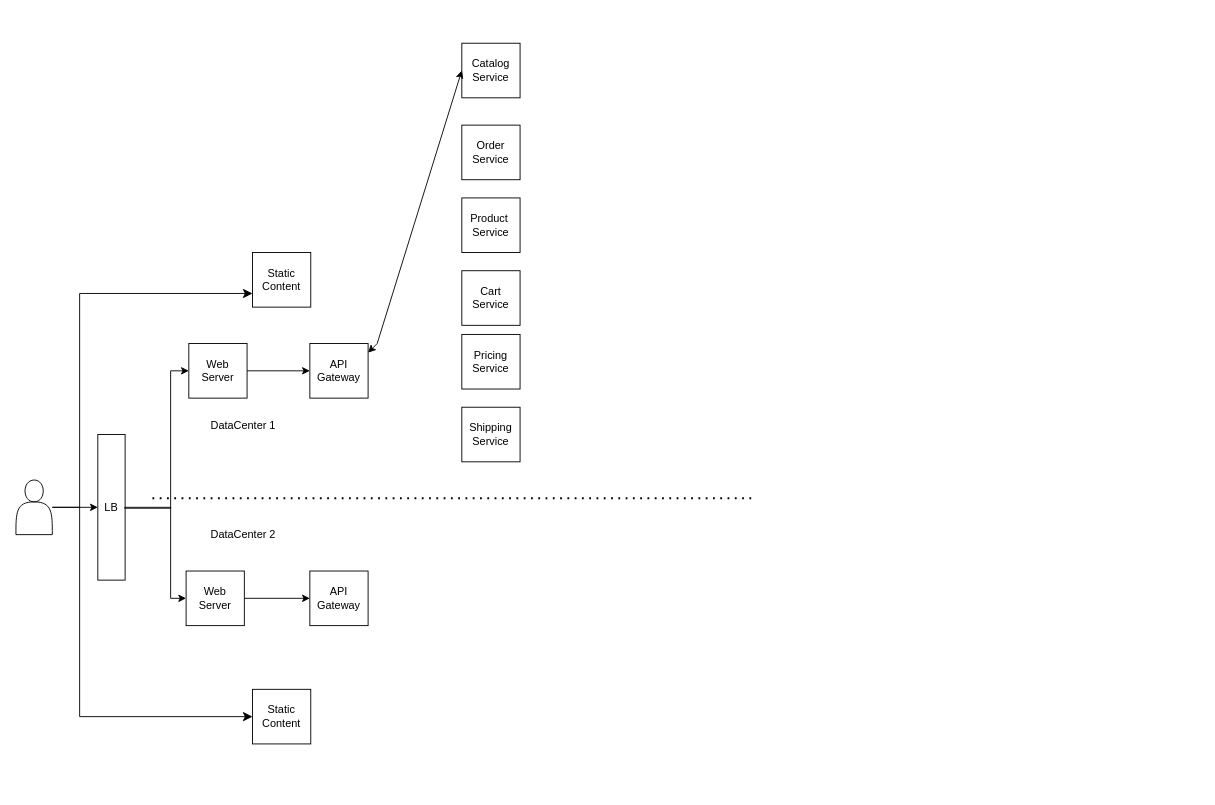
Above: MarketPlace.drawio in sunilkrishnatry/friendly-chainsaw (draw.io), before the change. Source tidied: cells renumbered, new cells numbered last; positions are measured from the earlier drawing's top-left corner, leaving out a move shared by most shapes. Both pictures are drawn from the tidied source at 91%, with x=0, y=0 at pixel (15, 43).
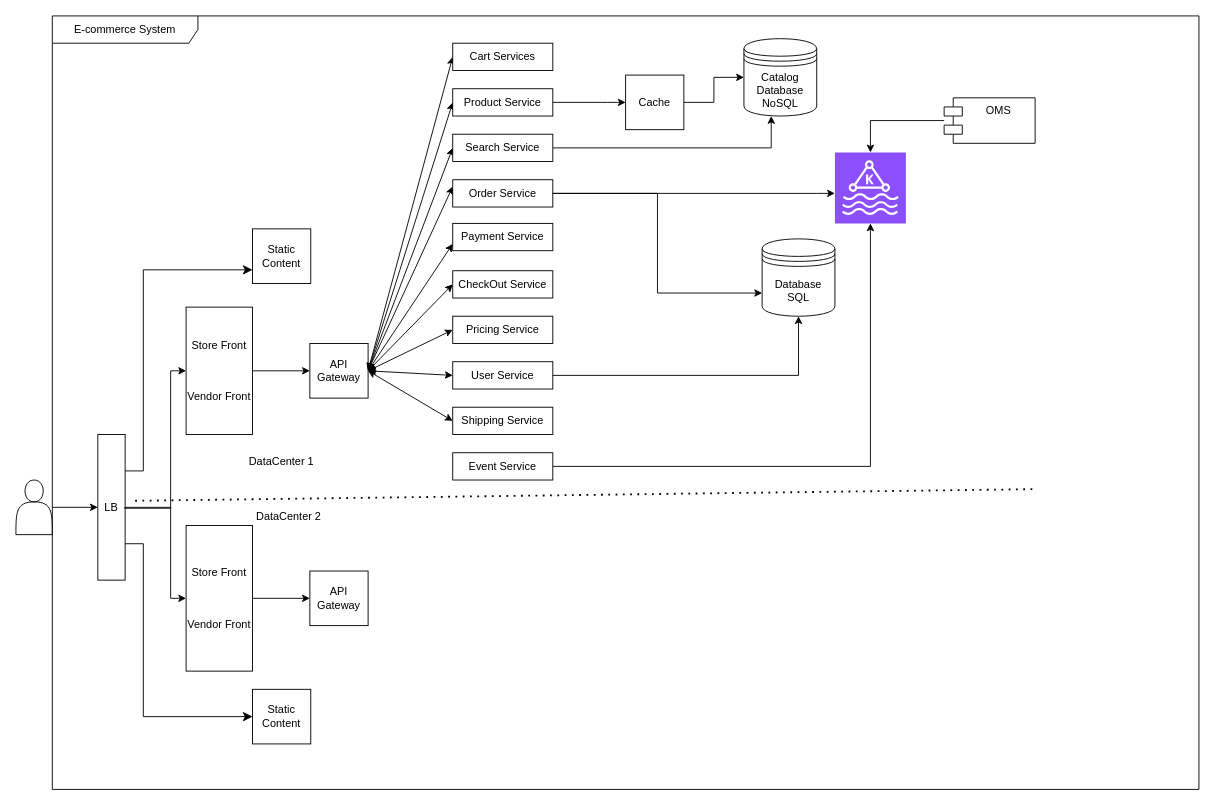
After the change.

Commit message:
Updated the services and it's connection

Unchanged cells that the change refers to:
```xml
<mxCell id="5" value="LB" style="whiteSpace=wrap;html=1;" parent="1" vertex="1">
  <mxGeometry x="90" y="430" width="30" height="160" as="geometry" />
</mxCell>
<mxCell id="10" value="API Gateway" style="whiteSpace=wrap;html=1;" parent="1" vertex="1">
  <mxGeometry x="323" y="330" width="64" height="60" as="geometry" />
</mxCell>
<mxCell id="16" value="Static Content" style="whiteSpace=wrap;html=1;" parent="1" vertex="1">
  <mxGeometry x="260" y="710" width="64" height="60" as="geometry" />
</mxCell>
```

What changed in the source:
```diff
@@
-    <mxCell id="7" value="Web Server" style="whiteSpace=wrap;html=1;" parent="1" vertex="1">
-      <mxGeometry x="190" y="330" width="64" height="60" as="geometry" />
+    <mxCell id="7" value="Store Front&lt;br&gt;&lt;br&gt;&lt;br&gt;&lt;br&gt;Vendor Front" style="whiteSpace=wrap;html=1;" parent="1" vertex="1">
+      <mxGeometry x="187" y="290" width="73" height="140" as="geometry" />
     </mxCell>
@@
-    <mxCell id="9" value="Web Server" style="whiteSpace=wrap;html=1;" parent="1" vertex="1">
-      <mxGeometry x="187" y="580" width="64" height="60" as="geometry" />
+    <mxCell id="9" value="Store Front&lt;br style=&quot;border-color: var(--border-color);&quot;&gt;&lt;br style=&quot;border-color: var(--border-color);&quot;&gt;&lt;br style=&quot;border-color: var(--border-color);&quot;&gt;&lt;br style=&quot;border-color: var(--border-color);&quot;&gt;Vendor Front" style="whiteSpace=wrap;html=1;" parent="1" vertex="1">
+      <mxGeometry x="187" y="530" width="73" height="160" as="geometry" />
     </mxCell>
@@
     <mxCell id="11" value="DataCenter 1" style="text;html=1;strokeColor=none;fillColor=none;align=center;verticalAlign=middle;whiteSpace=wrap;overflow=hidden;" parent="1" vertex="1">
-      <mxGeometry x="210" y="410" width="80" height="20" as="geometry" />
+      <mxGeometry x="252" y="450" width="80" height="20" as="geometry" />
     </mxCell>
     <mxCell id="12" value="DataCenter 2" style="text;html=1;strokeColor=none;fillColor=none;align=center;verticalAlign=middle;whiteSpace=wrap;overflow=hidden;" parent="1" vertex="1">
-      <mxGeometry x="210" y="530" width="80" height="20" as="geometry" />
+      <mxGeometry x="260" y="510" width="80" height="20" as="geometry" />
     </mxCell>
@@
     <mxCell id="14" value="Static Content" style="whiteSpace=wrap;html=1;" parent="1" vertex="1">
-      <mxGeometry x="260" y="230" width="64" height="60" as="geometry" />
+      <mxGeometry x="260" y="204" width="64" height="60" as="geometry" />
     </mxCell>
-    <mxCell id="15" style="edgeStyle=elbowEdgeStyle;elbow=horizontal;endArrow=classic;html=1;curved=0;rounded=0;endSize=8;startSize=8;entryX=0;entryY=0.75;entryDx=0;entryDy=0;" parent="1" edge="1" target="14">
+    <mxCell id="15" style="edgeStyle=elbowEdgeStyle;elbow=horizontal;endArrow=classic;html=1;curved=0;rounded=0;endSize=8;startSize=8;entryX=0;entryY=0.75;entryDx=0;entryDy=0;exitX=1;exitY=0.25;exitDx=0;exitDy=0;" parent="1" edge="1" source="5" target="14">
       <mxGeometry relative="1" as="geometry">
-        <mxPoint x="40" y="510" as="sourcePoint" />
         <Array as="points">
-          <mxPoint x="70" y="470" />
+          <mxPoint x="140" y="350" />
         </Array>
       </mxGeometry>
     </mxCell>
@@
-    <mxCell id="17" style="edgeStyle=elbowEdgeStyle;elbow=horizontal;endArrow=classic;html=1;curved=0;rounded=0;endSize=8;startSize=8;entryX=0;entryY=0.5;entryDx=0;entryDy=0;" parent="1" edge="1" target="16">
+    <mxCell id="17" style="edgeStyle=elbowEdgeStyle;elbow=horizontal;endArrow=classic;html=1;curved=0;rounded=0;endSize=8;startSize=8;entryX=0;entryY=0.5;entryDx=0;entryDy=0;exitX=1;exitY=0.75;exitDx=0;exitDy=0;" parent="1" edge="1" source="5" target="16">
       <mxGeometry relative="1" as="geometry">
-        <mxPoint x="70" y="510" as="sourcePoint" />
         <Array as="points">
-          <mxPoint x="70" y="650" />
+          <mxPoint x="140" y="740" />
         </Array>
       </mxGeometry>
     </mxCell>
@@
     <mxCell id="19" style="endArrow=none;dashed=1;html=1;dashPattern=1 3;strokeWidth=2;rounded=0;" parent="1" edge="1">
       <mxGeometry relative="1" as="geometry">
-        <mxPoint x="150" y="500" as="sourcePoint" />
-        <mxPoint x="810" y="500" as="targetPoint" />
+        <mxPoint x="131" y="502.8" as="sourcePoint" />
+        <mxPoint x="1120" y="490" as="targetPoint" />
       </mxGeometry>
     </mxCell>
+    <mxCell id="21" style="endArrow=classic;startArrow=classic;html=1;rounded=0;entryX=0;entryY=0.5;entryDx=0;entryDy=0;exitX=1;exitY=0.5;exitDx=0;exitDy=0;" parent="1" edge="1" source="10" target="20">
+      <mxGeometry relative="1" as="geometry" />
+    </mxCell>
+    <mxCell id="27" style="endArrow=classic;startArrow=classic;html=1;rounded=0;entryX=0;entryY=0.25;entryDx=0;entryDy=0;exitX=1;exitY=0.5;exitDx=0;exitDy=0;" parent="1" edge="1" source="10" target="24">
+      <mxGeometry relative="1" as="geometry" />
+    </mxCell>
+    <mxCell id="28" style="endArrow=classic;startArrow=classic;html=1;rounded=0;entryX=0;entryY=0.5;entryDx=0;entryDy=0;exitX=1;exitY=0.5;exitDx=0;exitDy=0;" parent="1" edge="1" source="10" target="25">
+      <mxGeometry relative="1" as="geometry" />
+    </mxCell>
+    <mxCell id="29" style="endArrow=classic;startArrow=classic;html=1;rounded=0;entryX=0;entryY=0.75;entryDx=0;entryDy=0;exitX=1;exitY=0.5;exitDx=0;exitDy=0;" parent="1" edge="1" source="10" target="48">
+      <mxGeometry relative="1" as="geometry" />
+    </mxCell>
+    <mxCell id="30" style="endArrow=classic;startArrow=classic;html=1;rounded=0;entryX=0;entryY=0.5;entryDx=0;entryDy=0;exitX=1;exitY=0.5;exitDx=0;exitDy=0;" parent="1" edge="1" source="10" target="23">
+      <mxGeometry relative="1" as="geometry" />
+    </mxCell>
+    <mxCell id="31" style="endArrow=classic;startArrow=classic;html=1;rounded=0;entryX=0;entryY=0.5;entryDx=0;entryDy=0;exitX=1;exitY=0.5;exitDx=0;exitDy=0;" parent="1" edge="1" source="10" target="26">
+      <mxGeometry relative="1" as="geometry" />
+    </mxCell>
+    <mxCell id="32" style="endArrow=classic;startArrow=classic;html=1;rounded=0;entryX=0;entryY=0.5;entryDx=0;entryDy=0;exitX=1;exitY=0.5;exitDx=0;exitDy=0;" parent="1" edge="1" source="10" target="22">
+      <mxGeometry relative="1" as="geometry" />
+    </mxCell>
+    <mxCell id="33" style="endArrow=classic;startArrow=classic;html=1;rounded=0;entryX=0;entryY=0.5;entryDx=0;entryDy=0;exitX=1;exitY=0.5;exitDx=0;exitDy=0;" parent="1" edge="1" source="10" target="49">
+      <mxGeometry relative="1" as="geometry" />
+    </mxCell>
+    <mxCell id="34" style="endArrow=classic;startArrow=classic;html=1;rounded=0;entryX=0;entryY=0.5;entryDx=0;entryDy=0;exitX=1;exitY=0.5;exitDx=0;exitDy=0;" parent="1" edge="1" source="10" target="44">
+      <mxGeometry relative="1" as="geometry" />
+    </mxCell>
+    <mxCell id="35" style="edgeStyle=orthogonalEdgeStyle;rounded=0;jettySize=auto;html=1;" parent="1" edge="1" source="36" target="40">
+      <mxGeometry relative="1" as="geometry" />
+    </mxCell>
+    <mxCell id="36" value="OMS" style="shape=module;align=left;spacingLeft=20;align=center;verticalAlign=top;whiteSpace=wrap;html=1;" parent="1" vertex="1">
+      <mxGeometry x="1020" y="60" width="100" height="50" as="geometry" />
+    </mxCell>
+    <mxCell id="37" value="E-commerce System" style="shape=umlFrame;whiteSpace=wrap;html=1;width=160;" parent="1" vertex="1">
+      <mxGeometry x="40" y="-30" width="1260" height="850" as="geometry" />
+    </mxCell>
+    <mxCell id="38" value="Catalog &lt;br&gt;Database&lt;br&gt;NoSQL" style="shape=datastore;whiteSpace=wrap;html=1;" parent="37" vertex="1">
+      <mxGeometry x="760" y="25" width="80" height="85" as="geometry" />
+    </mxCell>
+    <mxCell id="39" value="Database&lt;br&gt;SQL" style="shape=datastore;whiteSpace=wrap;html=1;" parent="37" vertex="1">
+      <mxGeometry x="780" y="245" width="80" height="85" as="geometry" />
+    </mxCell>
+    <mxCell id="40" style="sketch=0;points=[[0,0,0],[0.25,0,0],[0.5,0,0],[0.75,0,0],[1,0,0],[0,1,0],[0.25,1,0],[0.5,1,0],[0.75,1,0],[1,1,0],[0,0.25,0],[0,0.5,0],[0,0.75,0],[1,0.25,0],[1,0.5,0],[1,0.75,0]];outlineConnect=0;fontColor=#232F3E;fillColor=#8C4FFF;strokeColor=#ffffff;dashed=0;verticalLabelPosition=bottom;verticalAlign=top;align=center;html=1;fontSize=12;fontStyle=0;shape=mxgraph.aws4.resourceIcon;resIcon=mxgraph.aws4.managed_streaming_for_kafka;" parent="37" vertex="1">
+      <mxGeometry x="860" y="150" width="78" height="78" as="geometry" />
+    </mxCell>
+    <mxCell id="41" style="edgeStyle=orthogonalEdgeStyle;rounded=0;jettySize=auto;html=1;" parent="37" edge="1" source="42" target="38">
+      <mxGeometry relative="1" as="geometry" />
+    </mxCell>
+    <mxCell id="42" value="Cache" style="whiteSpace=wrap;html=1;" parent="37" vertex="1">
+      <mxGeometry x="630" y="65" width="64" height="60" as="geometry" />
+    </mxCell>
+    <mxCell id="43" style="edgeStyle=orthogonalEdgeStyle;rounded=0;jettySize=auto;html=1;exitX=1;exitY=0.5;exitDx=0;exitDy=0;" parent="37" edge="1" source="20" target="38">
+      <mxGeometry relative="1" as="geometry">
+        <Array as="points">
+          <mxPoint x="790" y="145" />
+        </Array>
+      </mxGeometry>
+    </mxCell>
+    <mxCell id="44" value="Cart Services" style="whiteSpace=wrap;html=1;" parent="37" vertex="1">
+      <mxGeometry x="440" y="30" width="110" height="30" as="geometry" />
+    </mxCell>
+    <mxCell id="22" value="Product&amp;nbsp;Service" style="whiteSpace=wrap;html=1;" parent="37" vertex="1">
+      <mxGeometry x="440" y="80" width="110" height="30" as="geometry" />
+    </mxCell>
+    <mxCell id="45" style="edgeStyle=orthogonalEdgeStyle;rounded=0;jettySize=auto;html=1;exitX=1;exitY=0.5;exitDx=0;exitDy=0;" parent="37" edge="1" source="22" target="42">
+      <mxGeometry relative="1" as="geometry">
+        <Array as="points">
+          <mxPoint x="610" y="95" />
+          <mxPoint x="610" y="95" />
+        </Array>
+      </mxGeometry>
+    </mxCell>
-    <mxCell id="20" value="Catalog Service" style="whiteSpace=wrap;html=1;" parent="1" vertex="1">
-      <mxGeometry x="490" width="64" height="60" as="geometry" />
+    <mxCell id="20" value="Search Service" style="whiteSpace=wrap;html=1;" parent="37" vertex="1">
+      <mxGeometry x="440" y="130" width="110" height="30" as="geometry" />
     </mxCell>
-    <mxCell id="21" style="endArrow=classic;startArrow=classic;html=1;rounded=0;entryX=0;entryY=0.5;entryDx=0;entryDy=0;" parent="1" edge="1" target="20">
-      <mxGeometry relative="1" as="geometry">
-        <mxPoint x="387" y="340" as="sourcePoint" />
-        <Array as="points">
-          <mxPoint x="397" y="330" />
-        </Array>
-      </mxGeometry>
-    </mxCell>
-    <mxCell id="22" value="Product&amp;nbsp;&lt;br&gt;Service" style="whiteSpace=wrap;html=1;" parent="1" vertex="1">
-      <mxGeometry x="490" y="170" width="64" height="60" as="geometry" />
-    </mxCell>
+    <mxCell id="24" value="Order Service" style="whiteSpace=wrap;html=1;" parent="37" vertex="1">
+      <mxGeometry x="440" y="180" width="110" height="30" as="geometry" />
+    </mxCell>
+    <mxCell id="46" style="edgeStyle=orthogonalEdgeStyle;rounded=0;jettySize=auto;html=1;" parent="37" edge="1" source="24">
+      <mxGeometry relative="1" as="geometry">
+        <mxPoint x="860" y="195" as="targetPoint" />
+        <Array as="points">
+          <mxPoint x="840" y="195" />
+        </Array>
+      </mxGeometry>
+    </mxCell>
+    <mxCell id="47" style="edgeStyle=orthogonalEdgeStyle;rounded=0;jettySize=auto;html=1;entryX=0;entryY=0.7;entryDx=0;entryDy=0;" parent="37" edge="1" source="24" target="39">
+      <mxGeometry relative="1" as="geometry" />
+    </mxCell>
+    <mxCell id="48" value="Payment Service" style="whiteSpace=wrap;html=1;" parent="37" vertex="1">
+      <mxGeometry x="440" y="228" width="110" height="30" as="geometry" />
+    </mxCell>
-    <mxCell id="23" value="Cart Service" style="whiteSpace=wrap;html=1;" parent="1" vertex="1">
-      <mxGeometry x="490" y="250" width="64" height="60" as="geometry" />
+    <mxCell id="23" value="CheckOut Service" style="whiteSpace=wrap;html=1;" parent="37" vertex="1">
+      <mxGeometry x="440" y="280" width="110" height="30" as="geometry" />
     </mxCell>
-    <mxCell id="24" value="Order Service" style="whiteSpace=wrap;html=1;" parent="1" vertex="1">
-      <mxGeometry x="490" y="90" width="64" height="60" as="geometry" />
-    </mxCell>
-    <mxCell id="25" value="Pricing Service" style="whiteSpace=wrap;html=1;" parent="1" vertex="1">
-      <mxGeometry x="490" y="320" width="64" height="60" as="geometry" />
+    <mxCell id="25" value="Pricing Service" style="whiteSpace=wrap;html=1;" parent="37" vertex="1">
+      <mxGeometry x="440" y="330" width="110" height="30" as="geometry" />
     </mxCell>
+    <mxCell id="49" value="User Service" style="whiteSpace=wrap;html=1;" parent="37" vertex="1">
+      <mxGeometry x="440" y="380" width="110" height="30" as="geometry" />
+    </mxCell>
+    <mxCell id="50" style="edgeStyle=orthogonalEdgeStyle;rounded=0;jettySize=auto;html=1;" parent="37" edge="1" source="49" target="39">
+      <mxGeometry relative="1" as="geometry" />
+    </mxCell>
-    <mxCell id="26" value="Shipping Service" style="whiteSpace=wrap;html=1;" parent="1" vertex="1">
-      <mxGeometry x="490" y="400" width="64" height="60" as="geometry" />
+    <mxCell id="26" value="Shipping Service" style="whiteSpace=wrap;html=1;" parent="37" vertex="1">
+      <mxGeometry x="440" y="430" width="110" height="30" as="geometry" />
     </mxCell>
+    <mxCell id="51" style="edgeStyle=orthogonalEdgeStyle;rounded=0;jettySize=auto;html=1;" parent="37" edge="1" source="52" target="40">
+      <mxGeometry relative="1" as="geometry" />
+    </mxCell>
+    <mxCell id="52" value="Event Service" style="whiteSpace=wrap;html=1;" parent="37" vertex="1">
+      <mxGeometry x="440" y="480" width="110" height="30" as="geometry" />
+    </mxCell>
```
